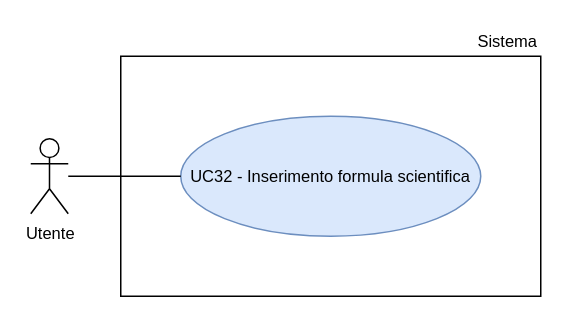
This is RTB/doc_esterna/analisi-dei-requisiti/assets/draw.io/UC32.drawio from thebitless-group-swe/thebitless.github.io, a draw.io file, before an edit. Source tidied: cells renumbered, new cells numbered last; positions are measured from the earlier drawing's top-left corner, leaving out a move shared by most shapes. Both pictures are drawn from the tidied source at 150%, with x=0, y=0 at pixel (30, 26).
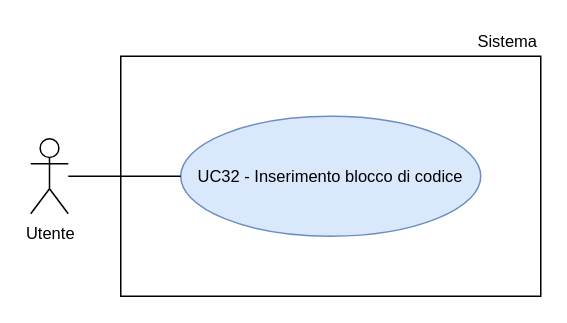
The same page after the edit.

Diff of the diagram source:
```diff
@@
 <mxGraphModel>
   <root>
     <mxCell id="0" />
     <mxCell id="1" parent="0" />
     <mxCell id="2" value="Utente" style="shape=umlActor;verticalLabelPosition=bottom;verticalAlign=top;html=1;outlineConnect=0;fontSize=11;" parent="1" vertex="1">
       <mxGeometry y="75" width="25" height="50" as="geometry" />
     </mxCell>
-    <mxCell id="3" style="rounded=0;whiteSpace=wrap;html=1;strokeWidth=1;" parent="1" vertex="1">
-      <mxGeometry x="60" y="20" width="280" height="160" as="geometry" />
-    </mxCell>
+    <mxCell id="7" style="rounded=0;whiteSpace=wrap;html=1;strokeWidth=1;" parent="1" vertex="1">
+      <mxGeometry x="60" y="20" width="280" height="160" as="geometry" />
+    </mxCell>
     <mxCell id="4" value="Sistema" style="text;html=1;whiteSpace=wrap;strokeColor=none;fillColor=none;align=right;verticalAlign=middle;fontSize=11;" parent="1" vertex="1">
       <mxGeometry x="270" width="70" height="20" as="geometry" />
     </mxCell>
-    <mxCell id="5" value="UC32 - Inserimento formula scientifica" style="ellipse;whiteSpace=wrap;html=1;fillColor=#dae8fc;strokeColor=#6c8ebf;fontSize=11;" parent="1" vertex="1">
-      <mxGeometry x="100" y="60" width="200" height="80" as="geometry" />
-    </mxCell>
-    <mxCell id="6" style="edgeStyle=none;rounded=0;jettySize=auto;html=1;endArrow=none;endFill=0;" parent="1" edge="1" source="2" target="5">
-      <mxGeometry relative="1" as="geometry" />
-    </mxCell>
+    <mxCell id="8" value="UC32 - Inserimento blocco di codice" style="ellipse;whiteSpace=wrap;html=1;fillColor=#dae8fc;strokeColor=#6c8ebf;fontSize=11;" parent="1" vertex="1">
+      <mxGeometry x="100" y="60" width="200" height="80" as="geometry" />
+    </mxCell>
+    <mxCell id="9" style="edgeStyle=none;rounded=0;jettySize=auto;html=1;endArrow=none;endFill=0;" parent="1" edge="1" source="2" target="8">
+      <mxGeometry relative="1" as="geometry" />
+    </mxCell>
   </root>
 </mxGraphModel>
```
